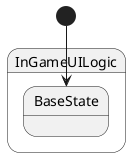
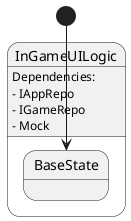
@startuml InGameUILogic
state InGameUILogic {
  state BaseState
}

[*] --> BaseState
+ 
+ InGameUILogic : Dependencies:
+ InGameUILogic : - IAppRepo
+ InGameUILogic : - IGameRepo
+ InGameUILogic : - Mock
@enduml